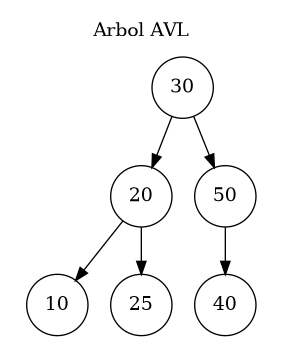
Before: Proyecto-Fase 2/Reportes/AVL.png, a diagram exported from Graphviz (Rodrigo-1504/-EDD-1S2025_202202854). Its source is kept beside it as Proyecto-Fase 2/Reportes/AVL.dot.
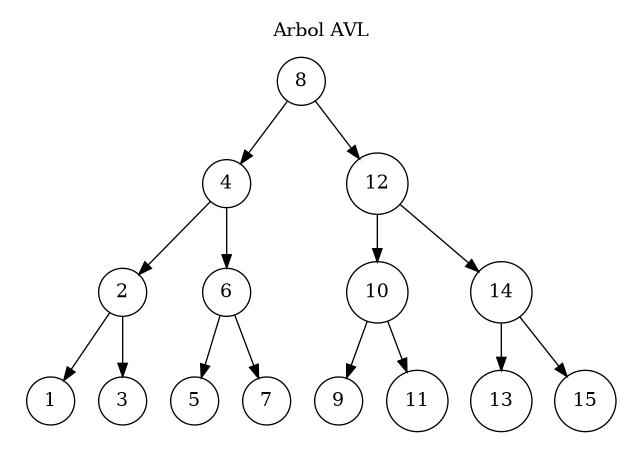
The same file after the commit.

The edit, as a diff of the source:
```diff
@@ -3,10 +3,19 @@
 	graph[pencolor=transparent];
 	subgraph cluster_0{
 		label = "Arbol AVL";
-	"30" -> "20";
-	"30" -> "50";
-	"20" -> "10";
-	"20" -> "25";
-	"50" -> "40";
+	"8" -> "4";
+	"8" -> "12";
+	"4" -> "2";
+	"4" -> "6";
+	"2" -> "1";
+	"2" -> "3";
+	"6" -> "5";
+	"6" -> "7";
+	"12" -> "10";
+	"12" -> "14";
+	"10" -> "9";
+	"10" -> "11";
+	"14" -> "13";
+	"14" -> "15";
 		}
 }
```
